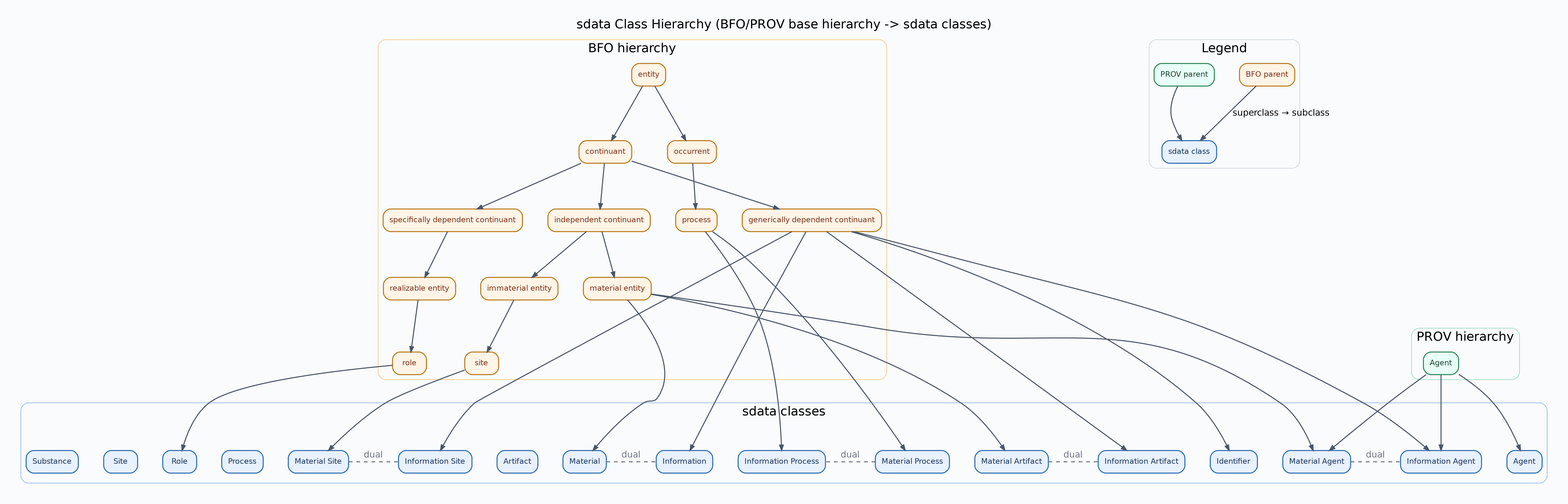
lepy/sdata-ontology keeps this Graphviz diagram as docs/diagrams/sdata-class-hierarchy.png. Above is the earlier version. Its source is kept beside it as docs/diagrams/sdata-class-hierarchy.dot.
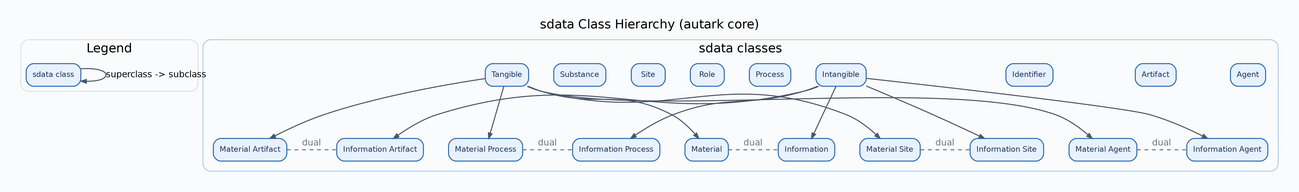
After the commit.

Diff of the diagram source:
```diff
@@ -2,7 +2,7 @@
 	graph [bgcolor="#FAFBFC",
 		fontname=Helvetica,
 		fontsize=20,
-		label="sdata Class Hierarchy (BFO/PROV base hierarchy -> sdata classes)",
+		label="sdata Class Hierarchy (autark core)",
 		labeljust=c,
 		labelloc=t,
 		nodesep=0.55,
@@ -25,70 +25,6 @@
 		fontname=Helvetica,
 		penwidth=1.6
 	];
-	subgraph cluster_bfo_context {
-		graph [color="#F3C887",
-			label="BFO hierarchy",
-			style=rounded
-		];
-		"http://purl.obolibrary.org/obo/BFO_0000001"	[color="#B7791F",
-			fillcolor="#FFF4E5",
-			fontcolor="#7B341E",
-			label=entity];
-		"http://purl.obolibrary.org/obo/BFO_0000002"	[color="#B7791F",
-			fillcolor="#FFF4E5",
-			fontcolor="#7B341E",
-			label=continuant];
-		"http://purl.obolibrary.org/obo/BFO_0000003"	[color="#B7791F",
-			fillcolor="#FFF4E5",
-			fontcolor="#7B341E",
-			label=occurrent];
-		"http://purl.obolibrary.org/obo/BFO_0000004"	[color="#B7791F",
-			fillcolor="#FFF4E5",
-			fontcolor="#7B341E",
-			label="independent continuant"];
-		"http://purl.obolibrary.org/obo/BFO_0000015"	[color="#B7791F",
-			fillcolor="#FFF4E5",
-			fontcolor="#7B341E",
-			label=process];
-		"http://purl.obolibrary.org/obo/BFO_0000017"	[color="#B7791F",
-			fillcolor="#FFF4E5",
-			fontcolor="#7B341E",
-			label="realizable entity"];
-		"http://purl.obolibrary.org/obo/BFO_0000020"	[color="#B7791F",
-			fillcolor="#FFF4E5",
-			fontcolor="#7B341E",
-			label="specifically dependent continuant"];
-		"http://purl.obolibrary.org/obo/BFO_0000023"	[color="#B7791F",
-			fillcolor="#FFF4E5",
-			fontcolor="#7B341E",
-			label=role];
-		"http://purl.obolibrary.org/obo/BFO_0000029"	[color="#B7791F",
-			fillcolor="#FFF4E5",
-			fontcolor="#7B341E",
-			label=site];
-		"http://purl.obolibrary.org/obo/BFO_0000031"	[color="#B7791F",
-			fillcolor="#FFF4E5",
-			fontcolor="#7B341E",
-			label="generically dependent continuant"];
-		"http://purl.obolibrary.org/obo/BFO_0000040"	[color="#B7791F",
-			fillcolor="#FFF4E5",
-			fontcolor="#7B341E",
-			label="material entity"];
-		"http://purl.obolibrary.org/obo/BFO_0000141"	[color="#B7791F",
-			fillcolor="#FFF4E5",
-			fontcolor="#7B341E",
-			label="immaterial entity"];
-	}
-	subgraph cluster_prov_context {
-		graph [color="#9AD9BF",
-			label="PROV hierarchy",
-			style=rounded
-		];
-		"http://www.w3.org/ns/prov#Agent"	[color="#2F855A",
-			fillcolor="#E7FFF6",
-			fontcolor="#1C4532",
-			label=Agent];
-	}
 	subgraph cluster_legend {
 		graph [color="#CBD5E0",
 			label=Legend,
@@ -98,34 +34,25 @@
 			fillcolor="#E8F1FF",
 			fontcolor="#1A365D",
 			label="sdata class"];
-		legend_bfo	[color="#B7791F",
-			fillcolor="#FFF4E5",
-			fontcolor="#7B341E",
-			label="BFO parent"];
-		legend_bfo -> legend_sdata	[label="superclass → subclass"];
-		legend_prov	[color="#2F855A",
-			fillcolor="#E7FFF6",
-			fontcolor="#1C4532",
-			label="PROV parent"];
-		legend_prov -> legend_sdata;
+		legend_sdata -> legend_sdata	[label="superclass -> subclass"];
 	}
 	subgraph cluster_sdata {
 		graph [color="#90B5E8",
 			label="sdata classes",
 			style=rounded
 		];
-		subgraph cluster_dual_rank_MaterialProcess {
+		subgraph cluster_dual_rank_MaterialArtifact {
 			graph [rank=same,
 				style=invis
 			];
-			"https://w3id.org/sdata/core/InformationProcess"	[color="#2B6CB0",
+			"https://w3id.org/sdata/core/InformationArtifact"	[color="#2B6CB0",
 				fillcolor="#E8F1FF",
 				fontcolor="#1A365D",
-				label="Information Process"];
-			"https://w3id.org/sdata/core/MaterialProcess"	[color="#2B6CB0",
+				label="Information Artifact"];
+			"https://w3id.org/sdata/core/MaterialArtifact"	[color="#2B6CB0",
 				fillcolor="#E8F1FF",
 				fontcolor="#1A365D",
-				label="Material Process"];
+				label="Material Artifact"];
 		}
 		subgraph cluster_dual_rank_MaterialSite {
 			graph [rank=same,
@@ -153,6 +80,19 @@
 				fontcolor="#1A365D",
 				label=Material];
 		}
+		subgraph cluster_dual_rank_MaterialProcess {
+			graph [rank=same,
+				style=invis
+			];
+			"https://w3id.org/sdata/core/InformationProcess"	[color="#2B6CB0",
+				fillcolor="#E8F1FF",
+				fontcolor="#1A365D",
+				label="Information Process"];
+			"https://w3id.org/sdata/core/MaterialProcess"	[color="#2B6CB0",
+				fillcolor="#E8F1FF",
+				fontcolor="#1A365D",
+				label="Material Process"];
+		}
 		subgraph cluster_dual_rank_MaterialAgent {
 			graph [rank=same,
 				style=invis
@@ -166,19 +106,6 @@
 				fontcolor="#1A365D",
 				label="Material Agent"];
 		}
-		subgraph cluster_dual_rank_MaterialArtifact {
-			graph [rank=same,
-				style=invis
-			];
-			"https://w3id.org/sdata/core/InformationArtifact"	[color="#2B6CB0",
-				fillcolor="#E8F1FF",
-				fontcolor="#1A365D",
-				label="Information Artifact"];
-			"https://w3id.org/sdata/core/MaterialArtifact"	[color="#2B6CB0",
-				fillcolor="#E8F1FF",
-				fontcolor="#1A365D",
-				label="Material Artifact"];
-		}
 		"https://w3id.org/sdata/core/Agent"	[color="#2B6CB0",
 			fillcolor="#E8F1FF",
 			fontcolor="#1A365D",
@@ -191,6 +118,10 @@
 			fillcolor="#E8F1FF",
 			fontcolor="#1A365D",
 			label=Identifier];
+		"https://w3id.org/sdata/core/Intangible"	[color="#2B6CB0",
+			fillcolor="#E8F1FF",
+			fontcolor="#1A365D",
+			label=Intangible];
 		"https://w3id.org/sdata/core/Process"	[color="#2B6CB0",
 			fillcolor="#E8F1FF",
 			fontcolor="#1A365D",
@@ -207,7 +138,16 @@
 			fillcolor="#E8F1FF",
 			fontcolor="#1A365D",
 			label=Substance];
+		"https://w3id.org/sdata/core/Tangible"	[color="#2B6CB0",
+			fillcolor="#E8F1FF",
+			fontcolor="#1A365D",
+			label=Tangible];
 	}
+	"https://w3id.org/sdata/core/Intangible" -> "https://w3id.org/sdata/core/Information";
+	"https://w3id.org/sdata/core/Intangible" -> "https://w3id.org/sdata/core/InformationAgent";
+	"https://w3id.org/sdata/core/Intangible" -> "https://w3id.org/sdata/core/InformationArtifact";
+	"https://w3id.org/sdata/core/Intangible" -> "https://w3id.org/sdata/core/InformationProcess";
+	"https://w3id.org/sdata/core/Intangible" -> "https://w3id.org/sdata/core/InformationSite";
 	"https://w3id.org/sdata/core/Material" -> "https://w3id.org/sdata/core/Information"	[color="#6B7280",
 		constraint=false,
 		dir=none,
@@ -238,30 +178,9 @@
 		fontcolor="#6B7280",
 		label=dual,
 		style=dashed];
-	"http://purl.obolibrary.org/obo/BFO_0000001" -> "http://purl.obolibrary.org/obo/BFO_0000002";
-	"http://purl.obolibrary.org/obo/BFO_0000001" -> "http://purl.obolibrary.org/obo/BFO_0000003";
-	"http://purl.obolibrary.org/obo/BFO_0000002" -> "http://purl.obolibrary.org/obo/BFO_0000004";
-	"http://purl.obolibrary.org/obo/BFO_0000002" -> "http://purl.obolibrary.org/obo/BFO_0000020";
-	"http://purl.obolibrary.org/obo/BFO_0000002" -> "http://purl.obolibrary.org/obo/BFO_0000031";
-	"http://purl.obolibrary.org/obo/BFO_0000003" -> "http://purl.obolibrary.org/obo/BFO_0000015";
-	"http://purl.obolibrary.org/obo/BFO_0000004" -> "http://purl.obolibrary.org/obo/BFO_0000040";
-	"http://purl.obolibrary.org/obo/BFO_0000004" -> "http://purl.obolibrary.org/obo/BFO_0000141";
-	"http://purl.obolibrary.org/obo/BFO_0000015" -> "https://w3id.org/sdata/core/InformationProcess";
-	"http://purl.obolibrary.org/obo/BFO_0000015" -> "https://w3id.org/sdata/core/MaterialProcess";
-	"http://purl.obolibrary.org/obo/BFO_0000017" -> "http://purl.obolibrary.org/obo/BFO_0000023";
-	"http://purl.obolibrary.org/obo/BFO_0000020" -> "http://purl.obolibrary.org/obo/BFO_0000017";
-	"http://purl.obolibrary.org/obo/BFO_0000023" -> "https://w3id.org/sdata/core/Role";
-	"http://purl.obolibrary.org/obo/BFO_0000029" -> "https://w3id.org/sdata/core/MaterialSite";
-	"http://purl.obolibrary.org/obo/BFO_0000031" -> "https://w3id.org/sdata/core/Identifier";
-	"http://purl.obolibrary.org/obo/BFO_0000031" -> "https://w3id.org/sdata/core/Information";
-	"http://purl.obolibrary.org/obo/BFO_0000031" -> "https://w3id.org/sdata/core/InformationAgent";
-	"http://purl.obolibrary.org/obo/BFO_0000031" -> "https://w3id.org/sdata/core/InformationArtifact";
-	"http://purl.obolibrary.org/obo/BFO_0000031" -> "https://w3id.org/sdata/core/InformationSite";
-	"http://purl.obolibrary.org/obo/BFO_0000040" -> "https://w3id.org/sdata/core/Material";
-	"http://purl.obolibrary.org/obo/BFO_0000040" -> "https://w3id.org/sdata/core/MaterialAgent";
-	"http://purl.obolibrary.org/obo/BFO_0000040" -> "https://w3id.org/sdata/core/MaterialArtifact";
-	"http://purl.obolibrary.org/obo/BFO_0000141" -> "http://purl.obolibrary.org/obo/BFO_0000029";
-	"http://www.w3.org/ns/prov#Agent" -> "https://w3id.org/sdata/core/Agent";
-	"http://www.w3.org/ns/prov#Agent" -> "https://w3id.org/sdata/core/InformationAgent";
-	"http://www.w3.org/ns/prov#Agent" -> "https://w3id.org/sdata/core/MaterialAgent";
+	"https://w3id.org/sdata/core/Tangible" -> "https://w3id.org/sdata/core/Material";
+	"https://w3id.org/sdata/core/Tangible" -> "https://w3id.org/sdata/core/MaterialAgent";
+	"https://w3id.org/sdata/core/Tangible" -> "https://w3id.org/sdata/core/MaterialArtifact";
+	"https://w3id.org/sdata/core/Tangible" -> "https://w3id.org/sdata/core/MaterialProcess";
+	"https://w3id.org/sdata/core/Tangible" -> "https://w3id.org/sdata/core/MaterialSite";
 }
```
